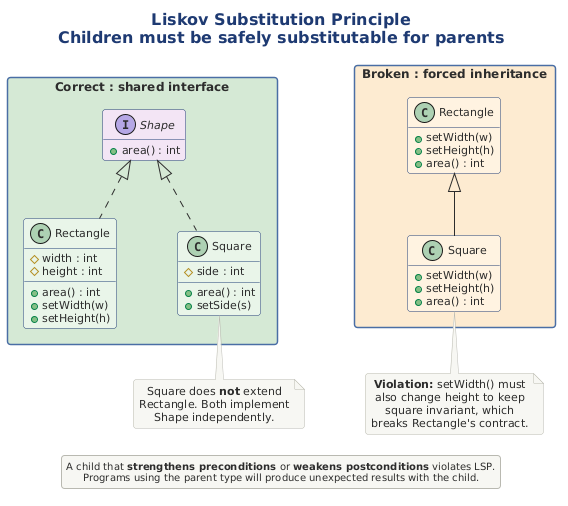
Earlier version of the PlantUML export src/architecture/views-and-beyond/style-catalogs/module/generalization-style/png/liskov-substitution-principle-children-must.png (Notoriousjayy/latex-docs). The source it was exported from:
```plantuml
@startuml
skinparam nodesep 60
!include ../../../../../../tooling/styles/plantuml/structural/class-diagram-style.iuml

skinparam ranksep 45

title **Liskov Substitution Principle**\nChildren must be safely substitutable for parents

package "Correct : shared interface" #D5E8D4 {
  interface "Shape" as shp #F3E5F5 {
    + area() : int
  }
  class "Rectangle" as rect #E8F5E9 {
    # width : int
    # height : int
    + area() : int
    + setWidth(w)
    + setHeight(h)
  }
  class "Square" as sq_good #E8F5E9 {
    # side : int
    + area() : int
    + setSide(s)
  }
  shp <|.. rect
  shp <|.. sq_good
}

package "Broken : forced inheritance" #FDEBD0 {
  class "Rectangle " as rect2 #FFF3E0 {
    + setWidth(w)
    + setHeight(h)
    + area() : int
  }
  class "Square " as sq_bad #FFF3E0 {
    + setWidth(w)
    + setHeight(h)
    + area() : int
  }
  rect2 <|-- sq_bad
}

note bottom of sq_good
  Square does **not** extend
  Rectangle. Both implement
  Shape independently.
end note

note bottom of sq_bad
  **Violation:** setWidth() must
  also change height to keep
  square invariant, which
  breaks Rectangle's contract.
end note

legend bottom
  A child that **strengthens preconditions** or **weakens postconditions** violates LSP.
  Programs using the parent type will produce unexpected results with the child.
end legend

@enduml
```
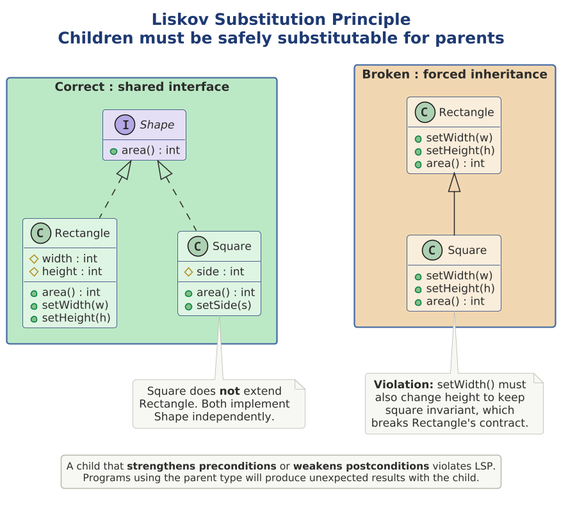
Above is the later version.

Change to the diagram source:
```diff
@@ -1,4 +1,9 @@
 @startuml
+
+skinparam dpi 150
+
+
+
 skinparam nodesep 60
 !include ../../../../../../tooling/styles/plantuml/structural/class-diagram-style.iuml
 
@@ -6,18 +11,18 @@
 
 title **Liskov Substitution Principle**\nChildren must be safely substitutable for parents
 
-package "Correct : shared interface" #D5E8D4 {
-  interface "Shape" as shp #F3E5F5 {
+package "Correct : shared interface" $deep_ok {
+  interface "Shape" as shp $fill_alt {
     + area() : int
   }
-  class "Rectangle" as rect #E8F5E9 {
+  class "Rectangle" as rect $fill_ok {
     # width : int
     # height : int
     + area() : int
     + setWidth(w)
     + setHeight(h)
   }
-  class "Square" as sq_good #E8F5E9 {
+  class "Square" as sq_good $fill_ok {
     # side : int
     + area() : int
     + setSide(s)
@@ -26,13 +31,13 @@
   shp <|.. sq_good
 }
 
-package "Broken : forced inheritance" #FDEBD0 {
-  class "Rectangle " as rect2 #FFF3E0 {
+package "Broken : forced inheritance" $deep_caution {
+  class "Rectangle " as rect2 $fill_caution {
     + setWidth(w)
     + setHeight(h)
     + area() : int
   }
-  class "Square " as sq_bad #FFF3E0 {
+  class "Square " as sq_bad $fill_caution {
     + setWidth(w)
     + setHeight(h)
     + area() : int
```
